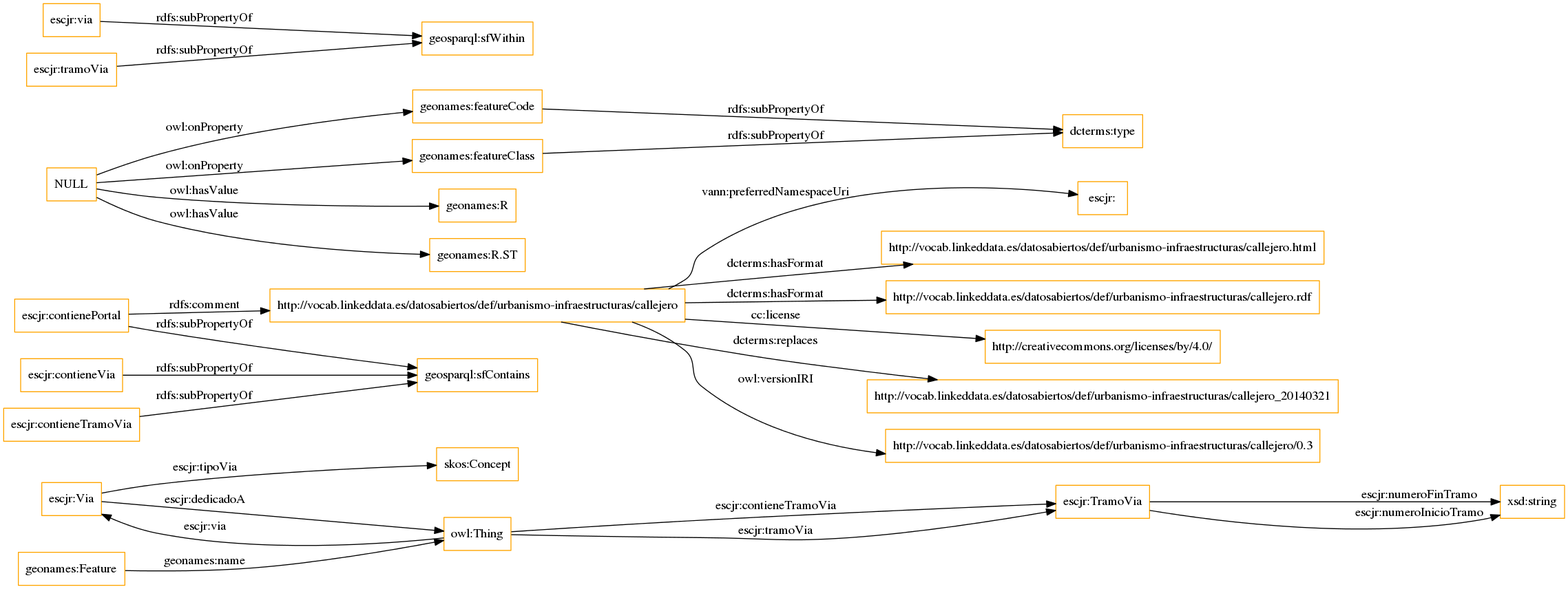
Earlier version of the Graphviz export OnToology/callejero.owl/diagrams/ar2dtool-class/callejero.owl.png (opencitydata/urbanismo-infraestructuras-callejero). Its source is kept beside it as OnToology/callejero.owl/diagrams/ar2dtool-class/callejero.owl.png.dot.
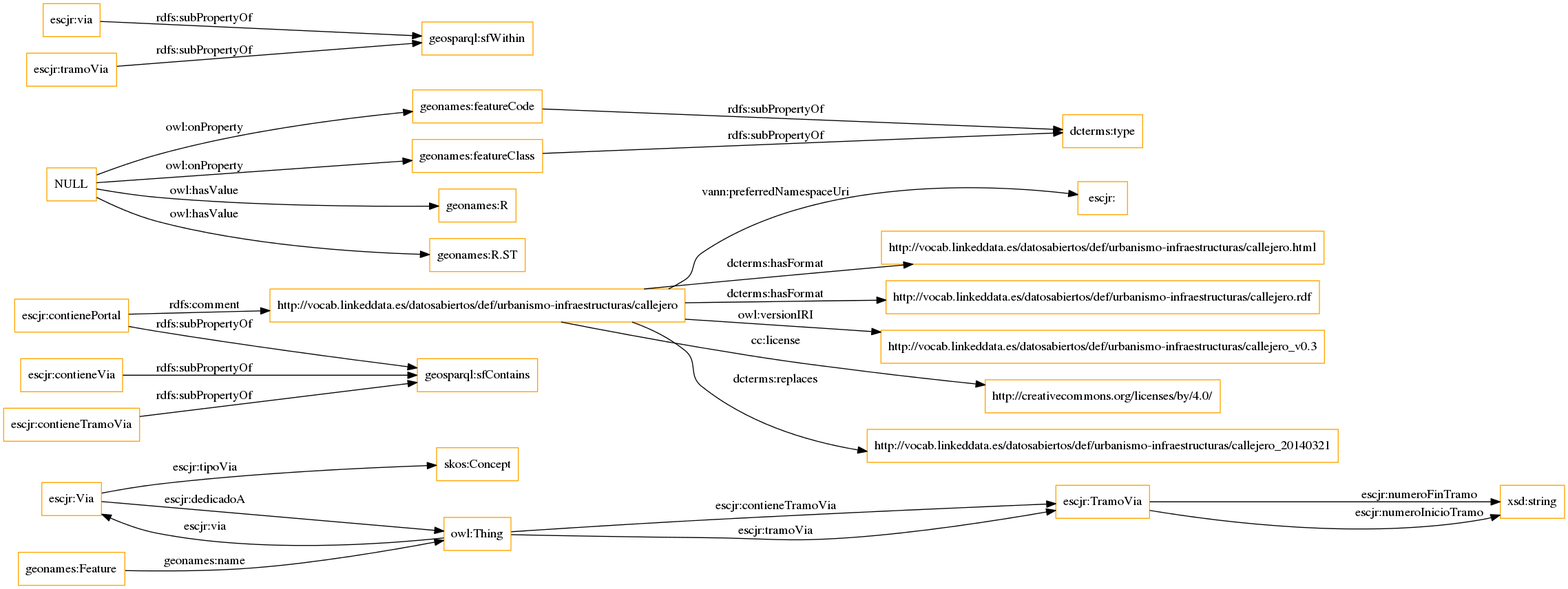
After the commit.

Change to the diagram source:
```diff
@@ -5,9 +5,9 @@
 	"http://vocab.linkeddata.es/datosabiertos/def/urbanismo-infraestructuras/callejero" -> "escjr:" [ label = "vann:preferredNamespaceUri" ];
 	"http://vocab.linkeddata.es/datosabiertos/def/urbanismo-infraestructuras/callejero" -> "http://vocab.linkeddata.es/datosabiertos/def/urbanismo-infraestructuras/callejero.html" [ label = "dcterms:hasFormat" ];
 	"http://vocab.linkeddata.es/datosabiertos/def/urbanismo-infraestructuras/callejero" -> "http://vocab.linkeddata.es/datosabiertos/def/urbanismo-infraestructuras/callejero.rdf" [ label = "dcterms:hasFormat" ];
+	"http://vocab.linkeddata.es/datosabiertos/def/urbanismo-infraestructuras/callejero" -> "http://vocab.linkeddata.es/datosabiertos/def/urbanismo-infraestructuras/callejero_v0.3" [ label = "owl:versionIRI" ];
 	"http://vocab.linkeddata.es/datosabiertos/def/urbanismo-infraestructuras/callejero" -> "http://creativecommons.org/licenses/by/4.0/" [ label = "cc:license" ];
 	"http://vocab.linkeddata.es/datosabiertos/def/urbanismo-infraestructuras/callejero" -> "http://vocab.linkeddata.es/datosabiertos/def/urbanismo-infraestructuras/callejero_20140321" [ label = "dcterms:replaces" ];
-	"http://vocab.linkeddata.es/datosabiertos/def/urbanismo-infraestructuras/callejero" -> "http://vocab.linkeddata.es/datosabiertos/def/urbanismo-infraestructuras/callejero/0.3" [ label = "owl:versionIRI" ];
 	"escjr:contienePortal" -> "geosparql:sfContains" [ label = "rdfs:subPropertyOf" ];
 	"escjr:contienePortal" -> "http://vocab.linkeddata.es/datosabiertos/def/urbanismo-infraestructuras/callejero" [ label = "rdfs:comment" ];
 	"escjr:contieneVia" -> "geosparql:sfContains" [ label = "rdfs:subPropertyOf" ];
```
